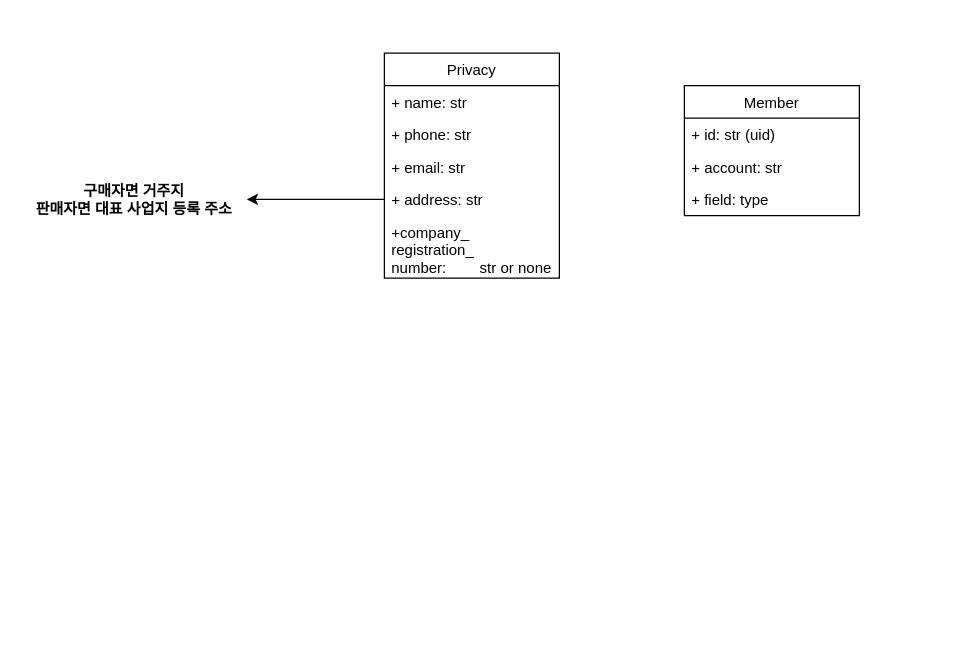
Above: docs/domain-member-dto.drawio in CHWI-JI-JIG/Backend (draw.io), before the change. Source tidied: cells renumbered, new cells numbered last; positions are measured from the earlier drawing's top-left corner, leaving out a move shared by most shapes. Both pictures are drawn from the tidied source at 125%, with x=0, y=0 at pixel (21, 52).
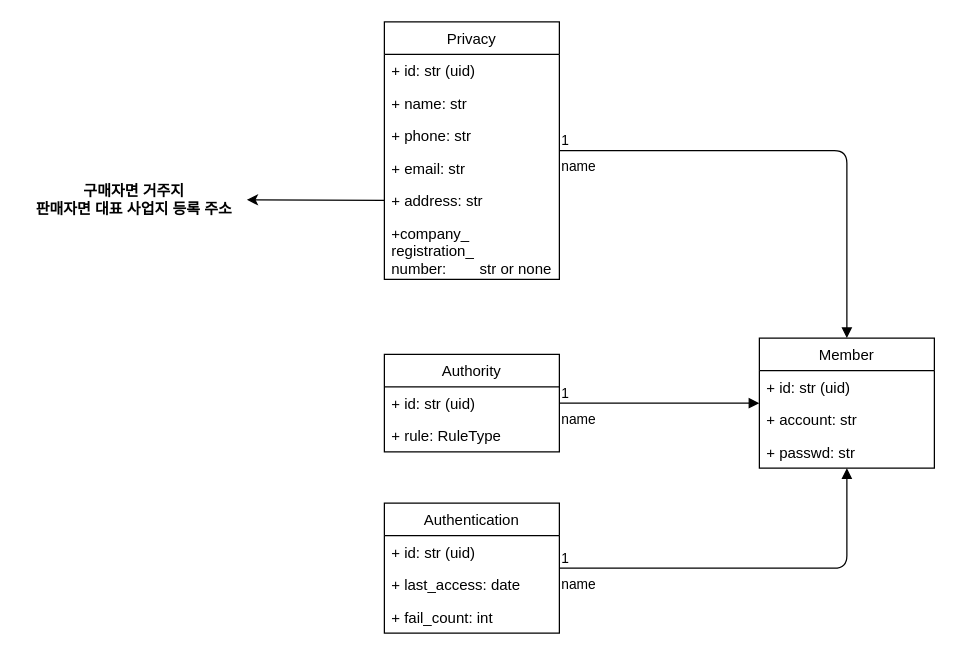
The same page after the edit.

Commit message:
📝 docs : Update domain-member-dto

Diff of the diagram source:
```diff
@@
     <mxCell id="2" value="Member" style="swimlane;fontStyle=0;horizontal=1;startSize=26;fillColor=none;" parent="1" vertex="1">
-      <mxGeometry x="530" y="26" width="140" height="104" as="geometry" />
+      <mxGeometry x="590" y="228" width="140" height="104" as="geometry" />
     </mxCell>
@@
-    <mxCell id="5" value="+ field: type" style="text;strokeColor=none;fillColor=none;align=left;verticalAlign=top;spacingLeft=4;spacingRight=4;overflow=hidden;" parent="2" vertex="1">
+    <mxCell id="5" value="+ passwd: str" style="text;strokeColor=none;fillColor=none;align=left;verticalAlign=top;spacingLeft=4;spacingRight=4;overflow=hidden;" parent="2" vertex="1">
       <mxGeometry y="78" width="140" height="26" as="geometry" />
     </mxCell>
     <mxCell id="6" value="Privacy" style="swimlane;fontStyle=0;horizontal=1;startSize=26;fillColor=none;" parent="1" vertex="1">
-      <mxGeometry x="290" width="140" height="180" as="geometry" />
+      <mxGeometry x="290" y="-25" width="140" height="206" as="geometry" />
     </mxCell>
+    <mxCell id="14" value="+ id: str (uid)" style="text;strokeColor=none;fillColor=none;align=left;verticalAlign=top;spacingLeft=4;spacingRight=4;overflow=hidden;" parent="6" vertex="1">
+      <mxGeometry y="26" width="140" height="26" as="geometry" />
+    </mxCell>
     <mxCell id="7" value="+ name: str" style="text;strokeColor=none;fillColor=none;align=left;verticalAlign=top;spacingLeft=4;spacingRight=4;overflow=hidden;" parent="6" vertex="1">
-      <mxGeometry y="26" width="140" height="26" as="geometry" />
+      <mxGeometry y="52" width="140" height="26" as="geometry" />
     </mxCell>
     <mxCell id="8" value="+ phone: str" style="text;strokeColor=none;fillColor=none;align=left;verticalAlign=top;spacingLeft=4;spacingRight=4;overflow=hidden;" parent="6" vertex="1">
-      <mxGeometry y="52" width="140" height="26" as="geometry" />
+      <mxGeometry y="78" width="140" height="26" as="geometry" />
     </mxCell>
     <mxCell id="9" value="+ email: str" style="text;strokeColor=none;fillColor=none;align=left;verticalAlign=top;spacingLeft=4;spacingRight=4;overflow=hidden;" parent="6" vertex="1">
-      <mxGeometry y="78" width="140" height="26" as="geometry" />
+      <mxGeometry y="104" width="140" height="26" as="geometry" />
     </mxCell>
     <mxCell id="10" value="+ address: str" style="text;strokeColor=none;fillColor=none;align=left;verticalAlign=top;spacingLeft=4;spacingRight=4;overflow=hidden;points=[[0,0.5],[1,0.5]];portConstraint=eastwest;" parent="6" vertex="1">
-      <mxGeometry y="104" width="140" height="26" as="geometry" />
+      <mxGeometry y="130" width="140" height="26" as="geometry" />
     </mxCell>
     <mxCell id="11" value="+company_&#10;registration_&#10;number:        str or none" style="text;strokeColor=none;fillColor=none;align=left;verticalAlign=top;spacingLeft=4;spacingRight=4;overflow=hidden;" parent="6" vertex="1">
-      <mxGeometry y="130" width="140" height="50" as="geometry" />
+      <mxGeometry y="156" width="140" height="50" as="geometry" />
     </mxCell>
@@
+    <mxCell id="15" value="Authority" style="swimlane;fontStyle=0;horizontal=1;startSize=26;fillColor=none;" parent="1" vertex="1">
+      <mxGeometry x="290" y="241" width="140" height="78" as="geometry" />
+    </mxCell>
+    <mxCell id="16" value="+ id: str (uid)" style="text;strokeColor=none;fillColor=none;align=left;verticalAlign=top;spacingLeft=4;spacingRight=4;overflow=hidden;" parent="15" vertex="1">
+      <mxGeometry y="26" width="140" height="26" as="geometry" />
+    </mxCell>
+    <mxCell id="17" value="+ rule: RuleType" style="text;strokeColor=none;fillColor=none;align=left;verticalAlign=top;spacingLeft=4;spacingRight=4;overflow=hidden;" parent="15" vertex="1">
+      <mxGeometry y="52" width="140" height="26" as="geometry" />
+    </mxCell>
+    <mxCell id="18" value="name" style="endArrow=block;endFill=1;html=1;edgeStyle=orthogonalEdgeStyle;align=left;verticalAlign=top;" parent="1" edge="1" source="6" target="2">
+      <mxGeometry x="-1" relative="1" as="geometry" />
+    </mxCell>
+    <mxCell id="19" value="1" style="edgeLabel;html=1;align=left;verticalAlign=bottom;" parent="18" vertex="1">
+      <mxGeometry x="-1" relative="1" as="geometry" />
+    </mxCell>
+    <mxCell id="20" value="name" style="endArrow=block;endFill=1;html=1;edgeStyle=orthogonalEdgeStyle;align=left;verticalAlign=top;" parent="1" edge="1" source="15" target="2">
+      <mxGeometry x="-1" relative="1" as="geometry" />
+    </mxCell>
+    <mxCell id="21" value="1" style="edgeLabel;html=1;align=left;verticalAlign=bottom;" parent="20" vertex="1">
+      <mxGeometry x="-1" relative="1" as="geometry" />
+    </mxCell>
+    <mxCell id="22" value="Authentication" style="swimlane;fontStyle=0;horizontal=1;startSize=26;fillColor=none;" parent="1" vertex="1">
+      <mxGeometry x="290" y="360" width="140" height="104" as="geometry" />
+    </mxCell>
+    <mxCell id="23" value="+ id: str (uid)" style="text;strokeColor=none;fillColor=none;align=left;verticalAlign=top;spacingLeft=4;spacingRight=4;overflow=hidden;" parent="22" vertex="1">
+      <mxGeometry y="26" width="140" height="26" as="geometry" />
+    </mxCell>
+    <mxCell id="24" value="+ last_access: date" style="text;strokeColor=none;fillColor=none;align=left;verticalAlign=top;spacingLeft=4;spacingRight=4;overflow=hidden;" parent="22" vertex="1">
+      <mxGeometry y="52" width="140" height="26" as="geometry" />
+    </mxCell>
+    <mxCell id="25" value="+ fail_count: int" style="text;strokeColor=none;fillColor=none;align=left;verticalAlign=top;spacingLeft=4;spacingRight=4;overflow=hidden;" parent="22" vertex="1">
+      <mxGeometry y="78" width="140" height="26" as="geometry" />
+    </mxCell>
+    <mxCell id="26" value="name" style="endArrow=block;endFill=1;html=1;edgeStyle=orthogonalEdgeStyle;align=left;verticalAlign=top;" parent="1" edge="1" source="22" target="2">
+      <mxGeometry x="-1" relative="1" as="geometry" />
+    </mxCell>
+    <mxCell id="27" value="1" style="edgeLabel;html=1;align=left;verticalAlign=bottom;" parent="26" vertex="1">
+      <mxGeometry x="-1" relative="1" as="geometry" />
+    </mxCell>
```
